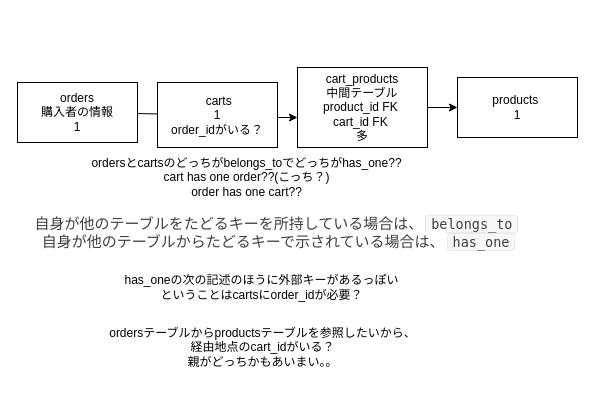
Before: checkout.drawio in okuyama-code/rails_EC, a draw.io diagram. Source tidied: cells renumbered, new cells numbered last; positions are measured from the earlier drawing's top-left corner, leaving out a move shared by most shapes. Both pictures are drawn from the tidied source at 100%, with x=0, y=0 at pixel (17, 67).
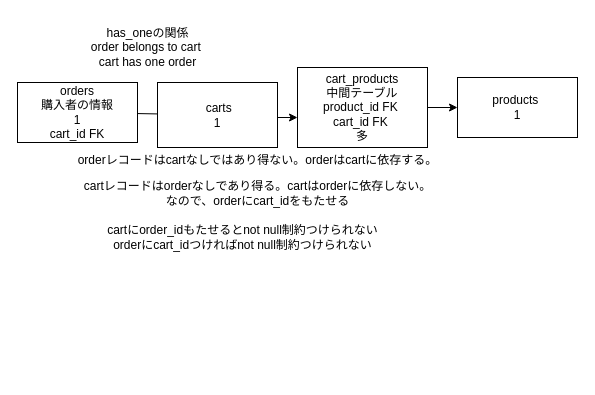
Above is the later version.

Change to the diagram source:
```diff
@@
 <mxGraphModel>
   <root>
     <mxCell id="0" />
     <mxCell id="1" parent="0" />
     <mxCell id="2" style="edgeStyle=none;html=1;startArrow=none;" parent="1" edge="1" source="9">
       <mxGeometry relative="1" as="geometry">
         <mxPoint x="220" y="50" as="targetPoint" />
       </mxGeometry>
     </mxCell>
-    <mxCell id="3" value="orders&lt;br&gt;購入者の情報&lt;br&gt;1" style="rounded=0;whiteSpace=wrap;html=1;" parent="1" vertex="1">
+    <mxCell id="3" value="orders&lt;br&gt;購入者の情報&lt;br&gt;1&lt;br&gt;cart_id FK" style="rounded=0;whiteSpace=wrap;html=1;" parent="1" vertex="1">
       <mxGeometry y="15" width="120" height="60" as="geometry" />
     </mxCell>
     <mxCell id="4" style="edgeStyle=none;html=1;" parent="1" edge="1" source="5" target="6">
       <mxGeometry relative="1" as="geometry" />
     </mxCell>
     <mxCell id="5" value="cart_products&lt;br&gt;中間テーブル&lt;br&gt;product_id FK&amp;nbsp;&lt;br&gt;cart_id FK&amp;nbsp;&lt;br&gt;多" style="rounded=0;whiteSpace=wrap;html=1;" parent="1" vertex="1">
       <mxGeometry x="280" width="130" height="80" as="geometry" />
     </mxCell>
     <mxCell id="6" value="products&amp;nbsp;&lt;br&gt;1" style="whiteSpace=wrap;html=1;rounded=0;" parent="1" vertex="1">
       <mxGeometry x="440" y="10" width="120" height="60" as="geometry" />
     </mxCell>
     <mxCell id="7" style="html=1;exitX=1;exitY=0.5;exitDx=0;exitDy=0;" parent="1" edge="1" source="9">
       <mxGeometry relative="1" as="geometry">
         <mxPoint x="150" y="40" as="targetPoint" />
       </mxGeometry>
     </mxCell>
     <mxCell id="8" style="edgeStyle=none;html=1;endArrow=none;" parent="1" edge="1" source="3" target="9">
       <mxGeometry relative="1" as="geometry" />
     </mxCell>
-    <mxCell id="9" value="&amp;nbsp;carts&lt;br&gt;1&lt;br&gt;order_idがいる？" style="rounded=0;whiteSpace=wrap;html=1;" parent="1" vertex="1">
+    <mxCell id="9" value="&amp;nbsp;carts&lt;br&gt;1&lt;br&gt;" style="rounded=0;whiteSpace=wrap;html=1;" parent="1" vertex="1">
       <mxGeometry x="140" y="15" width="120" height="65" as="geometry" />
     </mxCell>
     <mxCell id="10" style="edgeStyle=none;orthogonalLoop=1;jettySize=auto;html=1;" parent="1" edge="1">
       <mxGeometry relative="1" as="geometry">
         <mxPoint x="260" y="50" as="sourcePoint" />
         <mxPoint x="280" y="50" as="targetPoint" />
       </mxGeometry>
     </mxCell>
-    <mxCell id="11" value="ordersとcartsのどっちがbelongs_toでどっちがhas_one??&lt;br&gt;cart has one order??(こっち？)&lt;br&gt;order has one cart??" style="text;html=1;align=center;verticalAlign=middle;strokeColor=none;fillColor=none;" parent="1" vertex="1">
-      <mxGeometry x="64" y="80" width="330" height="60" as="geometry" />
-    </mxCell>
-    <mxCell id="12" value="&lt;span style=&quot;color: rgb(63, 63, 63); font-family: -apple-system, BlinkMacSystemFont, &amp;quot;Helvetica Neue&amp;quot;, &amp;quot;Hiragino Sans&amp;quot;, &amp;quot;Hiragino Kaku Gothic ProN&amp;quot;, &amp;quot;游ゴシック Medium&amp;quot;, meiryo, sans-serif; font-size: 15px; text-align: start; background-color: rgb(255, 255, 255);&quot;&gt;自身が他のテーブルをたどるキーを所持している場合は、&lt;/span&gt;&lt;code style=&quot;font-family: Monaco, Consolas, &amp;quot;Courier New&amp;quot;, Courier, monospace, sans-serif; font-size: 13.5px; margin: 0px 2px; padding: 0px 5px; border: 1px solid rgb(234, 234, 234); background-color: rgb(248, 248, 248); border-radius: 3px; color: rgb(63, 63, 63); text-align: start;&quot;&gt;belongs_to&lt;br&gt;&lt;/code&gt;&lt;span style=&quot;color: rgb(63, 63, 63); font-family: -apple-system, BlinkMacSystemFont, &amp;quot;Helvetica Neue&amp;quot;, &amp;quot;Hiragino Sans&amp;quot;, &amp;quot;Hiragino Kaku Gothic ProN&amp;quot;, &amp;quot;游ゴシック Medium&amp;quot;, meiryo, sans-serif; font-size: 15px; text-align: start; background-color: rgb(255, 255, 255);&quot;&gt;&amp;nbsp;自身が他のテーブルからたどるキーで示されている場合は、&lt;/span&gt;&lt;code style=&quot;font-family: Monaco, Consolas, &amp;quot;Courier New&amp;quot;, Courier, monospace, sans-serif; font-size: 13.5px; margin: 0px 2px; padding: 0px 5px; border: 1px solid rgb(234, 234, 234); background-color: rgb(248, 248, 248); border-radius: 3px; color: rgb(63, 63, 63); text-align: start;&quot;&gt;has_one&lt;/code&gt;" style="text;html=1;align=center;verticalAlign=middle;strokeColor=none;fillColor=none;" parent="1" vertex="1">
-      <mxGeometry x="10" y="140" width="500" height="50" as="geometry" />
-    </mxCell>
-    <mxCell id="13" value="ordersテーブルからproductsテーブルを参照したいから、&lt;br&gt;経由地点のcart_idがいる？&lt;br&gt;親がどっちかもあいまい。。" style="text;html=1;align=center;verticalAlign=middle;strokeColor=none;fillColor=none;" parent="1" vertex="1">
-      <mxGeometry x="80" y="250" width="330" height="60" as="geometry" />
-    </mxCell>
-    <mxCell id="14" value="has_oneの次の記述のほうに外部キーがあるっぽい&lt;br&gt;ということはcartsにorder_idが必要？" style="text;html=1;align=center;verticalAlign=middle;strokeColor=none;fillColor=none;" parent="1" vertex="1">
-      <mxGeometry x="94" y="200" width="300" height="40" as="geometry" />
-    </mxCell>
+    <mxCell id="15" value="&lt;p&gt;orderレコードはcartなしではあり得ない。orderはcartに依存する。&lt;/p&gt;cartレコードはorderなしであり得る。cartはorderに依存しない。&lt;br&gt;なので、orderにcart_idをもたせる&lt;br&gt;&lt;br&gt;&lt;p&gt;&lt;/p&gt;" style="text;html=1;align=center;verticalAlign=middle;strokeColor=none;fillColor=none;" parent="1" vertex="1">
+      <mxGeometry x="50" y="65" width="380" height="110" as="geometry" />
+    </mxCell>
+    <mxCell id="16" value="has_oneの関係&lt;br&gt;order belongs to cart&amp;nbsp;&lt;br&gt;cart has one order&lt;br&gt;" style="text;html=1;align=center;verticalAlign=middle;strokeColor=none;fillColor=none;" parent="1" vertex="1">
+      <mxGeometry x="60" y="-50" width="140" height="60" as="geometry" />
+    </mxCell>
+    <mxCell id="17" value="cartにorder_idもたせるとnot null制約つけられない&lt;br&gt;orderにcart_idつければnot null制約つけられない" style="text;html=1;align=center;verticalAlign=middle;strokeColor=none;fillColor=none;" parent="1" vertex="1">
+      <mxGeometry x="80" y="150" width="290" height="40" as="geometry" />
+    </mxCell>
   </root>
 </mxGraphModel>
```
